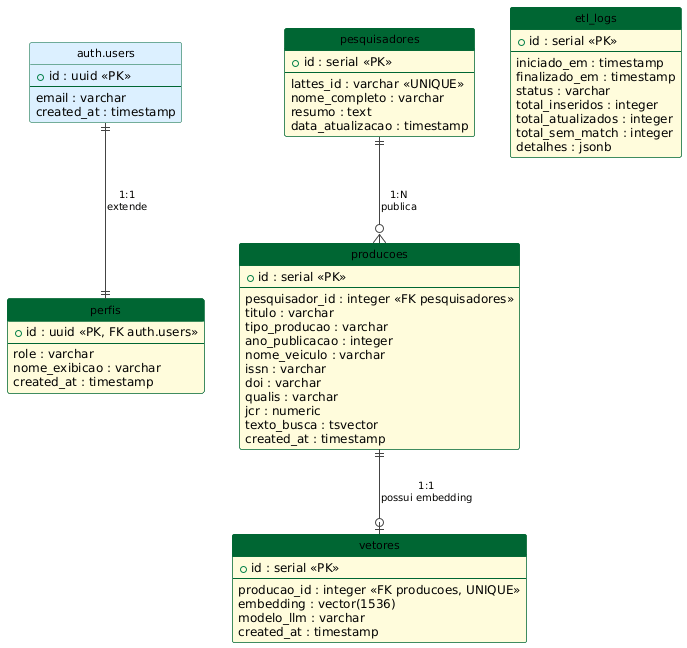
Before: documentation/diagrama-ER.png, a diagram exported from PlantUML (KalvinAlbuquerque/SPARK).
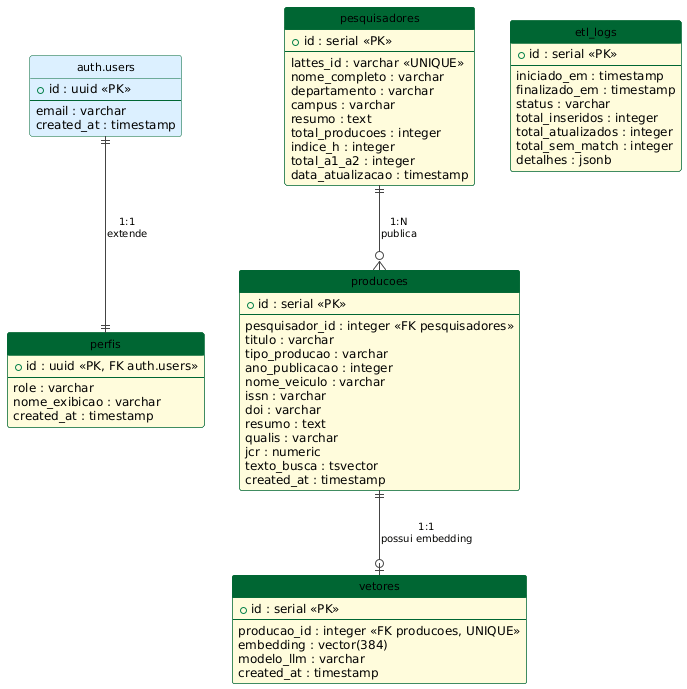
The same diagram one commit later.

Commit message:
refactor architecture and roadmap to include more data from researchers/productions

What changed in the source:
```diff
@@ -40,7 +40,12 @@
   --
   lattes_id : varchar <<UNIQUE>>
   nome_completo : varchar
+  departamento : varchar
+  campus : varchar
   resumo : text
+  total_producoes : integer
+  indice_h : integer
+  total_a1_a2 : integer
   data_atualizacao : timestamp
 }
 
@@ -54,6 +59,7 @@
   nome_veiculo : varchar
   issn : varchar
   doi : varchar
+  resumo : text
   qualis : varchar
   jcr : numeric
   texto_busca : tsvector
@@ -64,7 +70,7 @@
   + id : serial <<PK>>
   --
   producao_id : integer <<FK producoes, UNIQUE>>
-  embedding : vector(1536)
+  embedding : vector(384)
   modelo_llm : varchar
   created_at : timestamp
 }
```
